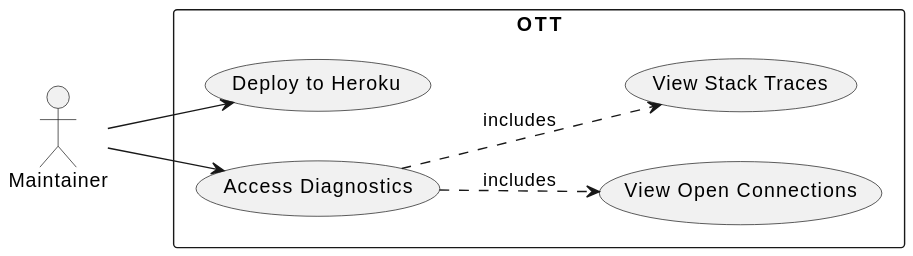
This is figures/use-case-maint.svg from dyc3/senior-design, a PlantUML export, as it was before one commit.
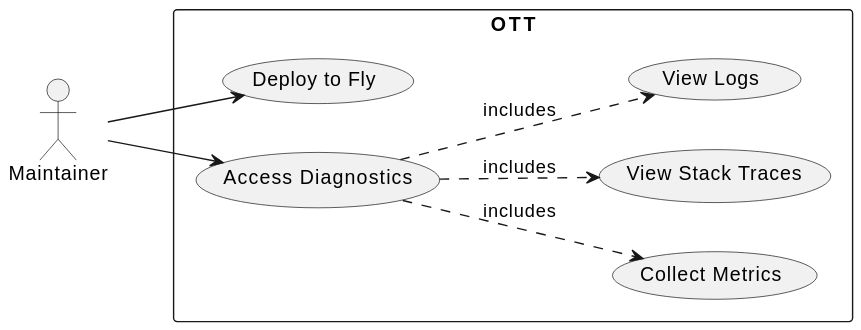
The same file after the commit.

Commit message:
update references to heroku to fly, closes #76 (#80)

The edit, as a diff of the source:
```diff
@@ -2,13 +2,15 @@
 left to right direction
 actor "Maintainer" as maint
 rectangle OTT {
-  usecase "Deploy to Heroku" as UC1
+  usecase "Deploy to Fly" as UC1
   usecase "Access Diagnostics" as UC2
-  usecase "View Open Connections" as UC2.1
+  usecase "Collect Metrics" as UC2.1
   usecase "View Stack Traces" as UC2.2
+  usecase "View Logs" as UC2.3
 }
 maint --> UC1
 maint --> UC2
 UC2 --> UC2.1 #line.dashed : includes
 UC2 --> UC2.2 #line.dashed : includes
+UC2 --> UC2.3 #line.dashed : includes
 @enduml
```
